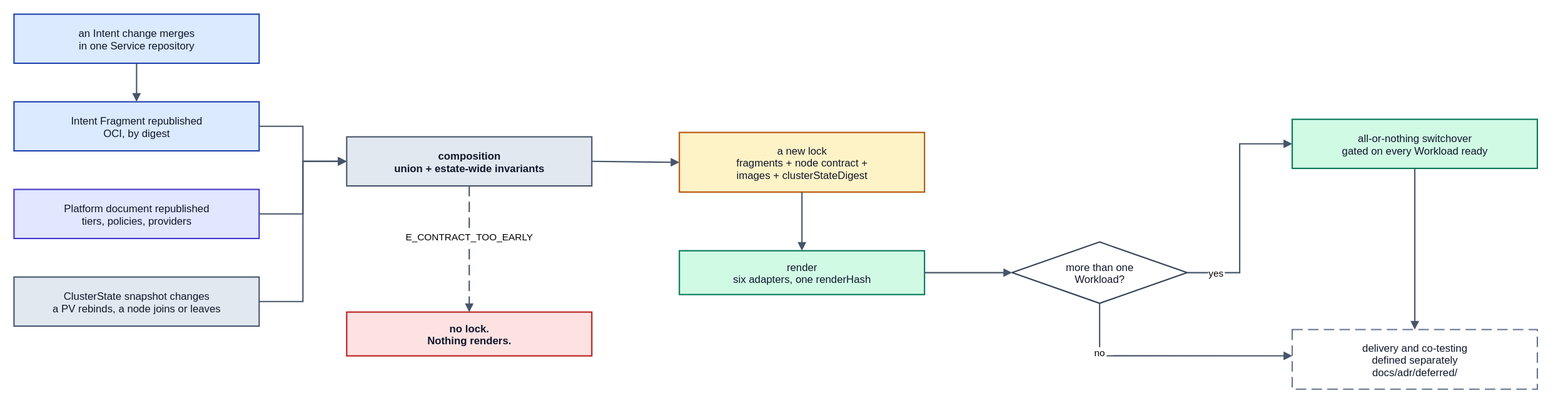
Before: spec/v1/diagrams/50-change-end-to-end.drawio.svg, a diagram exported from draw.io (JorisJonkers-dev/deploy-kit). Source tidied: cells renumbered, new cells last; positions are measured from the earlier drawing's top-left corner, leaving out a move shared by most shapes.
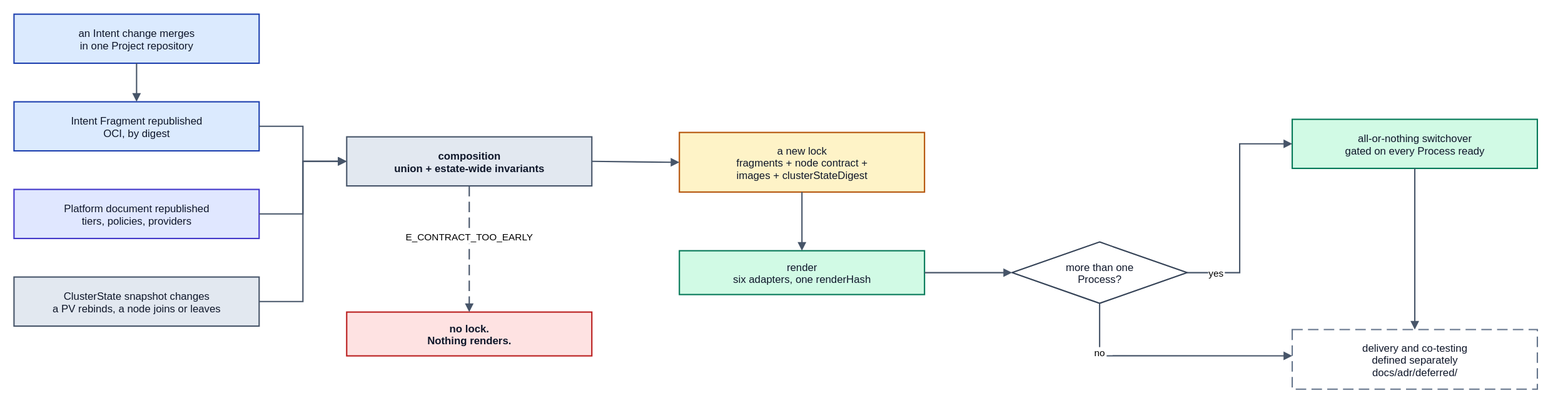
The same file after the commit.

What changed in the source:
```diff
@@ -2,7 +2,7 @@
   <root>
     <mxCell id="0" />
     <mxCell id="1" parent="0" />
-    <mxCell id="2" value="an Intent change merges&#10;in one Service repository" style="rounded=0;whiteSpace=nowrap;html=0;align=center;verticalAlign=middle;fillColor=#dbeafe;strokeColor=#1e40af;strokeWidth=1.5;fontFamily=Helvetica;fontSize=12;fontColor=#0f172a;" parent="1" vertex="1">
+    <mxCell id="2" value="an Intent change merges&#10;in one Project repository" style="rounded=0;whiteSpace=nowrap;html=0;align=center;verticalAlign=middle;fillColor=#dbeafe;strokeColor=#1e40af;strokeWidth=1.5;fontFamily=Helvetica;fontSize=12;fontColor=#0f172a;" parent="1" vertex="1">
       <mxGeometry width="280" height="56" as="geometry" />
     </mxCell>
     <mxCell id="3" value="Intent Fragment republished&#10;OCI, by digest" style="rounded=0;whiteSpace=nowrap;html=0;align=center;verticalAlign=middle;fillColor=#dbeafe;strokeColor=#1e40af;strokeWidth=1.5;fontFamily=Helvetica;fontSize=12;fontColor=#0f172a;" parent="1" vertex="1">
@@ -26,10 +26,10 @@
     <mxCell id="9" value="render&#10;six adapters, one renderHash" style="rounded=0;whiteSpace=nowrap;html=0;align=center;verticalAlign=middle;fillColor=#d1fae5;strokeColor=#047857;strokeWidth=1.5;fontFamily=Helvetica;fontSize=12;fontColor=#0f172a;" parent="1" vertex="1">
       <mxGeometry x="760" y="270" width="280" height="50" as="geometry" />
     </mxCell>
-    <mxCell id="10" value="more than one&#10;Workload?" style="rhombus;rounded=0;whiteSpace=nowrap;html=0;align=center;verticalAlign=middle;fillColor=#ffffff;strokeColor=#334155;strokeWidth=1.5;fontFamily=Helvetica;fontSize=12;fontColor=#0f172a;" parent="1" vertex="1">
+    <mxCell id="10" value="more than one&#10;Process?" style="rhombus;rounded=0;whiteSpace=nowrap;html=0;align=center;verticalAlign=middle;fillColor=#ffffff;strokeColor=#334155;strokeWidth=1.5;fontFamily=Helvetica;fontSize=12;fontColor=#0f172a;" parent="1" vertex="1">
       <mxGeometry x="1140" y="260" width="200" height="70" as="geometry" />
     </mxCell>
-    <mxCell id="11" value="all-or-nothing switchover&#10;gated on every Workload ready" style="rounded=0;whiteSpace=nowrap;html=0;align=center;verticalAlign=middle;fillColor=#d1fae5;strokeColor=#047857;strokeWidth=1.5;fontFamily=Helvetica;fontSize=12;fontColor=#0f172a;" parent="1" vertex="1">
+    <mxCell id="11" value="all-or-nothing switchover&#10;gated on every Process ready" style="rounded=0;whiteSpace=nowrap;html=0;align=center;verticalAlign=middle;fillColor=#d1fae5;strokeColor=#047857;strokeWidth=1.5;fontFamily=Helvetica;fontSize=12;fontColor=#0f172a;" parent="1" vertex="1">
       <mxGeometry x="1460" y="120" width="280" height="56" as="geometry" />
     </mxCell>
     <mxCell id="12" value="delivery and co-testing&#10;defined separately&#10;docs/adr/deferred/" style="rounded=0;whiteSpace=nowrap;html=0;align=center;verticalAlign=middle;fillColor=#ffffff;strokeColor=#64748b;strokeWidth=1.5;fontFamily=Helvetica;fontSize=12;fontColor=#0f172a;dashed=1;dashPattern=8 4;" parent="1" vertex="1">
```
